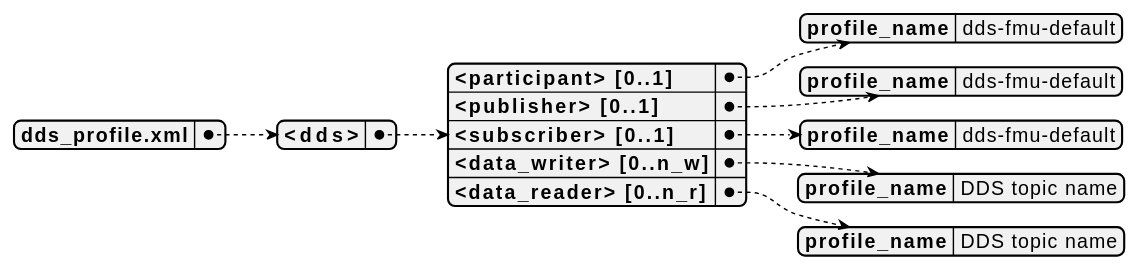
dnv-opensource/dds-fmu keeps this PlantUML diagram as docs/pdf/images/xml-profiles.svg. Above is the earlier version.
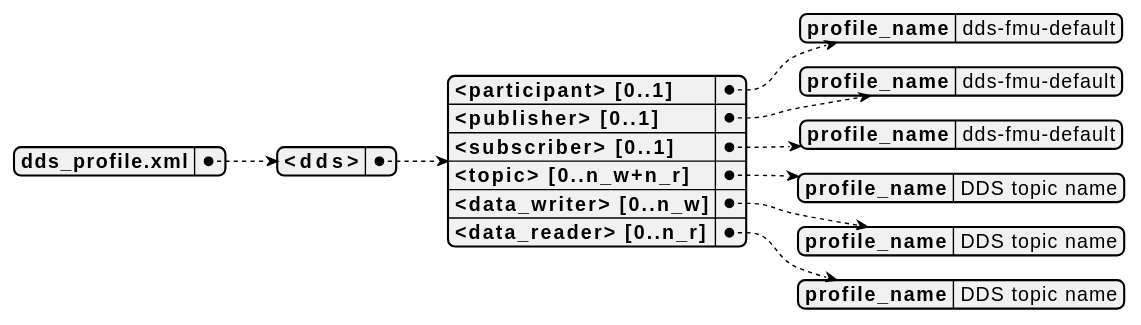
Above is the later version.

Commit message:
Improve docs and add pub/sub prefix to scalar variable name

The edit, as a diff of the source:
```diff
@@ -7,6 +7,8 @@
          profile_name: dds-fmu-default
        <subscriber> [0..1]:
          profile_name: dds-fmu-default
+       <topic> [0..n_w+n_r]:
+         profile_name: "DDS topic name"
        <data_writer> [0..n_w]:
          profile_name: "DDS topic name"
        <data_reader> [0..n_r]:
```
